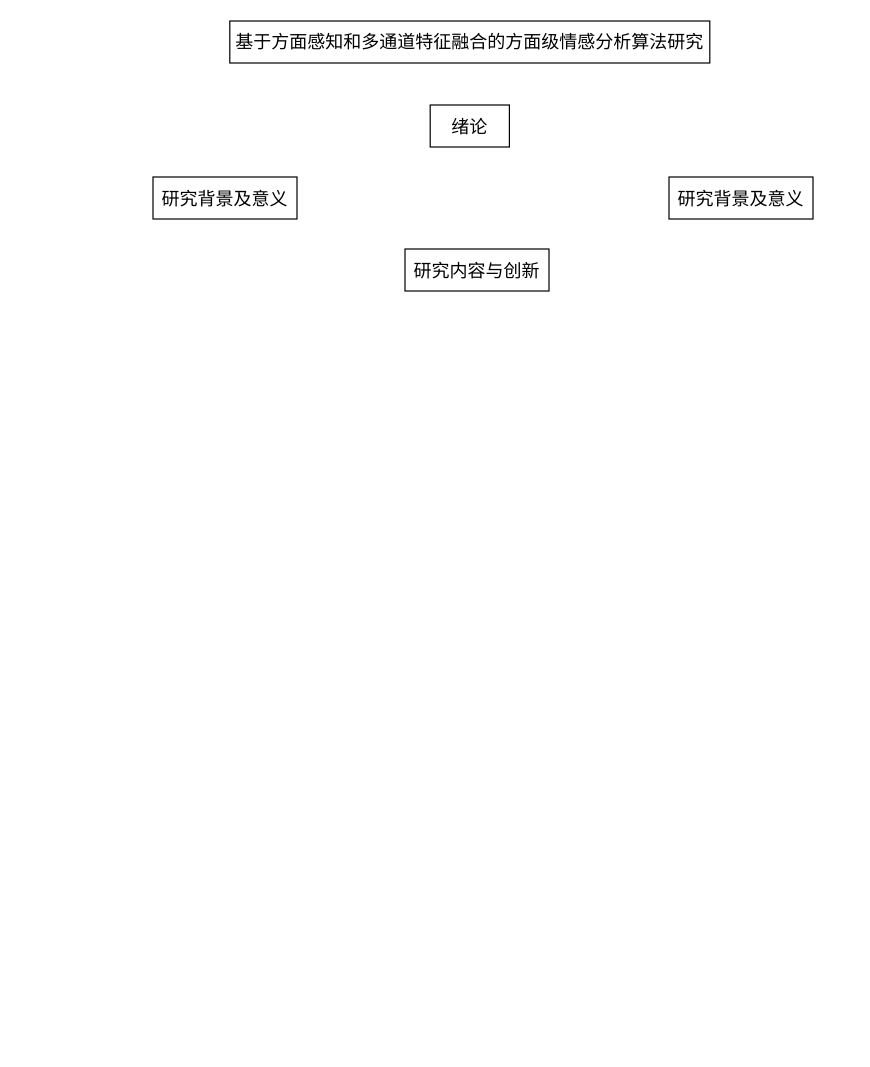
zhaicao/images keeps this draw.io diagram as machine-learning/organizationStructure.drawio. Above is the earlier version. Source tidied: cells renumbered, new cells numbered last; positions are measured from the earlier drawing's top-left corner, leaving out a move shared by most shapes. Both pictures are drawn from the tidied source at 120%, with x=0, y=0 at pixel (152, 20).
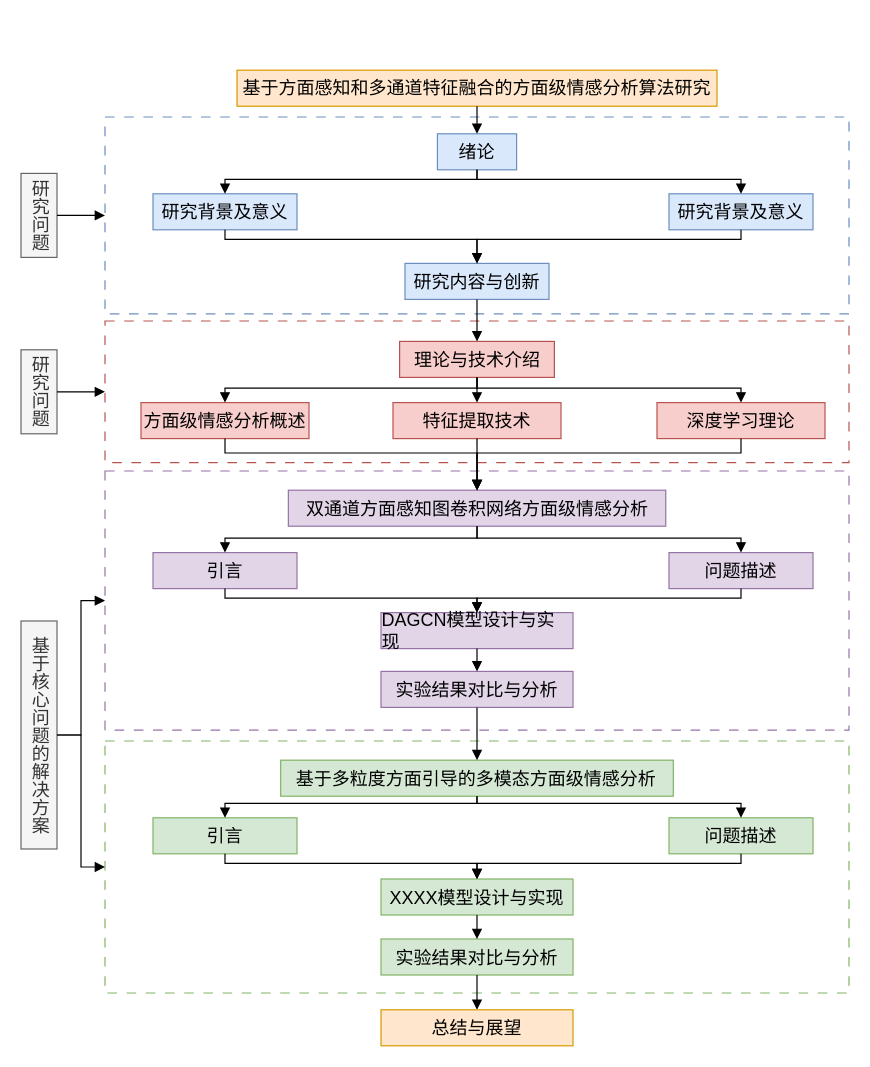
After the change.

What changed in the source:
```diff
@@
+    <mxCell id="7" style="rounded=0;whiteSpace=wrap;html=1;dashed=1;dashPattern=8 8;fillColor=#FFFFFF;strokeColor=#6c8ebf;" parent="1" vertex="1">
+      <mxGeometry x="-40" y="80" width="620" height="164" as="geometry" />
+    </mxCell>
-    <mxCell id="2" value="&lt;font&gt;&lt;font style=&quot;text-align: left;&quot;&gt;&lt;span style=&quot;line-height: 22.5px; font-family: 黑体;&quot;&gt;基于方面感知和多通道特征融合的&lt;/span&gt;&lt;/font&gt;&lt;span style=&quot;color: light-dark(rgb(0, 0, 0), rgb(255, 255, 255)); text-align: left; background-color: transparent; font-family: 黑体;&quot;&gt;方面级情感分析算法研究&lt;/span&gt;&lt;/font&gt;" style="rounded=0;whiteSpace=wrap;html=1;fontSize=15;" parent="1" vertex="1">
-      <mxGeometry x="64" width="400" height="35" as="geometry" />
+    <mxCell id="2" value="&lt;font&gt;&lt;font style=&quot;text-align: left;&quot;&gt;&lt;span style=&quot;line-height: 22.5px; font-family: 黑体;&quot;&gt;基于方面感知和多通道特征融合的&lt;/span&gt;&lt;/font&gt;&lt;span style=&quot;color: light-dark(rgb(0, 0, 0), rgb(255, 255, 255)); text-align: left; background-color: transparent; font-family: 黑体;&quot;&gt;方面级情感分析算法研究&lt;/span&gt;&lt;/font&gt;" style="rounded=0;whiteSpace=wrap;html=1;fontSize=15;fillColor=#ffe6cc;strokeColor=#d79b00;" parent="1" vertex="1">
+      <mxGeometry x="70" y="41" width="400" height="30" as="geometry" />
     </mxCell>
-    <mxCell id="3" value="&lt;div style=&quot;text-align: left;&quot;&gt;&lt;span style=&quot;background-color: transparent; color: light-dark(rgb(0, 0, 0), rgb(255, 255, 255));&quot;&gt;&lt;font face=&quot;黑体&quot;&gt;绪论&lt;/font&gt;&lt;/span&gt;&lt;/div&gt;" style="rounded=0;whiteSpace=wrap;html=1;fontSize=15;" parent="1" vertex="1">
-      <mxGeometry x="231" y="70" width="66" height="35" as="geometry" />
+    <mxCell id="3" value="&lt;div style=&quot;text-align: left;&quot;&gt;&lt;span style=&quot;background-color: transparent; color: light-dark(rgb(0, 0, 0), rgb(255, 255, 255));&quot;&gt;&lt;font face=&quot;黑体&quot;&gt;绪论&lt;/font&gt;&lt;/span&gt;&lt;/div&gt;" style="rounded=0;whiteSpace=wrap;html=1;fontSize=15;fillColor=#dae8fc;strokeColor=#6c8ebf;" parent="1" vertex="1">
+      <mxGeometry x="237" y="94" width="66" height="30" as="geometry" />
     </mxCell>
-    <mxCell id="4" value="&lt;div style=&quot;text-align: left;&quot;&gt;&lt;span style=&quot;background-color: transparent; color: light-dark(rgb(0, 0, 0), rgb(255, 255, 255));&quot;&gt;&lt;font face=&quot;黑体&quot;&gt;研究背景及意义&lt;/font&gt;&lt;/span&gt;&lt;/div&gt;" style="rounded=0;whiteSpace=wrap;html=1;fontSize=15;" parent="1" vertex="1">
-      <mxGeometry y="130" width="120" height="35" as="geometry" />
+    <mxCell id="4" value="&lt;div style=&quot;text-align: left;&quot;&gt;&lt;span style=&quot;background-color: transparent; color: light-dark(rgb(0, 0, 0), rgb(255, 255, 255));&quot;&gt;&lt;font face=&quot;黑体&quot;&gt;研究背景及意义&lt;/font&gt;&lt;/span&gt;&lt;/div&gt;" style="rounded=0;whiteSpace=wrap;html=1;fontSize=15;fillColor=#dae8fc;strokeColor=#6c8ebf;" parent="1" vertex="1">
+      <mxGeometry y="144" width="120" height="30" as="geometry" />
     </mxCell>
-    <mxCell id="5" value="&lt;div style=&quot;text-align: left;&quot;&gt;&lt;span style=&quot;background-color: transparent; color: light-dark(rgb(0, 0, 0), rgb(255, 255, 255));&quot;&gt;&lt;font face=&quot;黑体&quot;&gt;研究背景及意义&lt;/font&gt;&lt;/span&gt;&lt;/div&gt;" style="rounded=0;whiteSpace=wrap;html=1;fontSize=15;" parent="1" vertex="1">
-      <mxGeometry x="430" y="130" width="120" height="35" as="geometry" />
+    <mxCell id="5" value="&lt;div style=&quot;text-align: left;&quot;&gt;&lt;span style=&quot;background-color: transparent; color: light-dark(rgb(0, 0, 0), rgb(255, 255, 255));&quot;&gt;&lt;font face=&quot;黑体&quot;&gt;研究背景及意义&lt;/font&gt;&lt;/span&gt;&lt;/div&gt;" style="rounded=0;whiteSpace=wrap;html=1;fontSize=15;fillColor=#dae8fc;strokeColor=#6c8ebf;" parent="1" vertex="1">
+      <mxGeometry x="430" y="144" width="120" height="30" as="geometry" />
     </mxCell>
-    <mxCell id="6" value="&lt;div style=&quot;text-align: left;&quot;&gt;&lt;span style=&quot;background-color: transparent; color: light-dark(rgb(0, 0, 0), rgb(255, 255, 255));&quot;&gt;&lt;font face=&quot;黑体&quot;&gt;研究内容与创新&lt;/font&gt;&lt;/span&gt;&lt;/div&gt;" style="rounded=0;whiteSpace=wrap;html=1;fontSize=15;" parent="1" vertex="1">
-      <mxGeometry x="210" y="190" width="120" height="35" as="geometry" />
+    <mxCell id="6" value="&lt;div style=&quot;text-align: left;&quot;&gt;&lt;span style=&quot;background-color: transparent; color: light-dark(rgb(0, 0, 0), rgb(255, 255, 255));&quot;&gt;&lt;font face=&quot;黑体&quot;&gt;研究内容与创新&lt;/font&gt;&lt;/span&gt;&lt;/div&gt;" style="rounded=0;whiteSpace=wrap;html=1;fontSize=15;fillColor=#dae8fc;strokeColor=#6c8ebf;" parent="1" vertex="1">
+      <mxGeometry x="210" y="202" width="120" height="30" as="geometry" />
     </mxCell>
+    <mxCell id="8" style="rounded=0;whiteSpace=wrap;html=1;dashed=1;dashPattern=8 8;fillColor=#FFFFFF;strokeColor=#b85450;" parent="1" vertex="1">
+      <mxGeometry x="-40" y="250" width="620" height="118" as="geometry" />
+    </mxCell>
+    <mxCell id="9" value="&lt;div style=&quot;text-align: left;&quot;&gt;&lt;span style=&quot;background-color: transparent; color: light-dark(rgb(0, 0, 0), rgb(255, 255, 255));&quot;&gt;&lt;font face=&quot;黑体&quot;&gt;理论与技术介绍&lt;/font&gt;&lt;/span&gt;&lt;/div&gt;" style="rounded=0;whiteSpace=wrap;html=1;fontSize=15;fillColor=#f8cecc;strokeColor=#b85450;" parent="1" vertex="1">
+      <mxGeometry x="205.5" y="267" width="129" height="30" as="geometry" />
+    </mxCell>
+    <mxCell id="10" value="&lt;div style=&quot;text-align: left;&quot;&gt;&lt;span style=&quot;background-color: transparent; color: light-dark(rgb(0, 0, 0), rgb(255, 255, 255));&quot;&gt;&lt;font face=&quot;黑体&quot;&gt;方面级情感分析概述&lt;/font&gt;&lt;/span&gt;&lt;/div&gt;" style="rounded=0;whiteSpace=wrap;html=1;fontSize=15;fillColor=#f8cecc;strokeColor=#b85450;" parent="1" vertex="1">
+      <mxGeometry x="-10" y="318" width="140" height="30" as="geometry" />
+    </mxCell>
+    <mxCell id="11" value="&lt;div style=&quot;text-align: left;&quot;&gt;&lt;span style=&quot;background-color: transparent; color: light-dark(rgb(0, 0, 0), rgb(255, 255, 255));&quot;&gt;&lt;font face=&quot;黑体&quot;&gt;深度学习理论&lt;/font&gt;&lt;/span&gt;&lt;/div&gt;" style="rounded=0;whiteSpace=wrap;html=1;fontSize=15;fillColor=#f8cecc;strokeColor=#b85450;" parent="1" vertex="1">
+      <mxGeometry x="420" y="318" width="140" height="30" as="geometry" />
+    </mxCell>
+    <mxCell id="12" value="&lt;div style=&quot;text-align: left;&quot;&gt;&lt;span style=&quot;background-color: transparent; color: light-dark(rgb(0, 0, 0), rgb(255, 255, 255));&quot;&gt;&lt;font face=&quot;黑体&quot;&gt;特征提取技术&lt;/font&gt;&lt;/span&gt;&lt;/div&gt;" style="rounded=0;whiteSpace=wrap;html=1;fontSize=15;fillColor=#f8cecc;strokeColor=#b85450;" parent="1" vertex="1">
+      <mxGeometry x="200" y="318" width="140" height="30" as="geometry" />
+    </mxCell>
+    <mxCell id="13" style="rounded=0;whiteSpace=wrap;html=1;dashed=1;dashPattern=8 8;fillColor=#FFFFFF;strokeColor=#9673a6;" parent="1" vertex="1">
+      <mxGeometry x="-40" y="375" width="620" height="216" as="geometry" />
+    </mxCell>
+    <mxCell id="14" value="&lt;div style=&quot;text-align: left;&quot;&gt;&lt;span style=&quot;background-color: transparent; color: light-dark(rgb(0, 0, 0), rgb(255, 255, 255));&quot;&gt;&lt;font face=&quot;黑体&quot;&gt;双通道方面感知图卷积网络方面级情感分析&lt;/font&gt;&lt;/span&gt;&lt;/div&gt;" style="rounded=0;whiteSpace=wrap;html=1;fontSize=15;fillColor=#e1d5e7;strokeColor=#9673a6;" parent="1" vertex="1">
+      <mxGeometry x="112.8" y="391" width="314.5" height="30" as="geometry" />
+    </mxCell>
+    <mxCell id="15" value="&lt;div style=&quot;text-align: left;&quot;&gt;&lt;span style=&quot;background-color: transparent; color: light-dark(rgb(0, 0, 0), rgb(255, 255, 255));&quot;&gt;&lt;font face=&quot;黑体&quot;&gt;引言&lt;/font&gt;&lt;/span&gt;&lt;/div&gt;" style="rounded=0;whiteSpace=wrap;html=1;fontSize=15;fillColor=#e1d5e7;strokeColor=#9673a6;" parent="1" vertex="1">
+      <mxGeometry y="443" width="120" height="30" as="geometry" />
+    </mxCell>
+    <mxCell id="16" value="&lt;div style=&quot;text-align: left;&quot;&gt;&lt;span style=&quot;background-color: transparent; color: light-dark(rgb(0, 0, 0), rgb(255, 255, 255));&quot;&gt;&lt;font face=&quot;黑体&quot;&gt;DAGCN模型设计与实现&lt;/font&gt;&lt;/span&gt;&lt;/div&gt;" style="rounded=0;whiteSpace=wrap;html=1;fontSize=15;fillColor=#e1d5e7;strokeColor=#9673a6;" parent="1" vertex="1">
+      <mxGeometry x="190" y="493" width="160" height="30" as="geometry" />
+    </mxCell>
+    <mxCell id="17" value="&lt;div style=&quot;text-align: left;&quot;&gt;&lt;span style=&quot;background-color: transparent; color: light-dark(rgb(0, 0, 0), rgb(255, 255, 255));&quot;&gt;&lt;font face=&quot;黑体&quot;&gt;问题描述&lt;/font&gt;&lt;/span&gt;&lt;/div&gt;" style="rounded=0;whiteSpace=wrap;html=1;fontSize=15;fillColor=#e1d5e7;strokeColor=#9673a6;" parent="1" vertex="1">
+      <mxGeometry x="430" y="443" width="120" height="30" as="geometry" />
+    </mxCell>
+    <mxCell id="18" value="&lt;div style=&quot;text-align: left;&quot;&gt;&lt;font face=&quot;黑体&quot;&gt;实验结果对比与分析&lt;/font&gt;&lt;/div&gt;" style="rounded=0;whiteSpace=wrap;html=1;fontSize=15;fillColor=#e1d5e7;strokeColor=#9673a6;" parent="1" vertex="1">
+      <mxGeometry x="190" y="542" width="160" height="30" as="geometry" />
+    </mxCell>
+    <mxCell id="19" style="rounded=0;whiteSpace=wrap;html=1;dashed=1;dashPattern=8 8;fillColor=#FFFFFF;strokeColor=#82b366;" parent="1" vertex="1">
+      <mxGeometry x="-40" y="600" width="620" height="210" as="geometry" />
+    </mxCell>
+    <mxCell id="20" value="&lt;div style=&quot;text-align: left;&quot;&gt;&lt;span style=&quot;background-color: transparent; color: light-dark(rgb(0, 0, 0), rgb(255, 255, 255));&quot;&gt;&lt;font face=&quot;黑体&quot;&gt;基于多粒度方面引导的多模态方面级情感分析&lt;/font&gt;&lt;/span&gt;&lt;/div&gt;" style="rounded=0;whiteSpace=wrap;html=1;fontSize=15;fillColor=#d5e8d4;strokeColor=#82b366;" parent="1" vertex="1">
+      <mxGeometry x="106.4" y="616" width="327.2" height="30" as="geometry" />
+    </mxCell>
+    <mxCell id="21" value="&lt;div style=&quot;text-align: left;&quot;&gt;&lt;span style=&quot;background-color: transparent; color: light-dark(rgb(0, 0, 0), rgb(255, 255, 255));&quot;&gt;&lt;font face=&quot;黑体&quot;&gt;引言&lt;/font&gt;&lt;/span&gt;&lt;/div&gt;" style="rounded=0;whiteSpace=wrap;html=1;fontSize=15;fillColor=#d5e8d4;strokeColor=#82b366;" parent="1" vertex="1">
+      <mxGeometry y="664" width="120" height="30" as="geometry" />
+    </mxCell>
+    <mxCell id="22" value="&lt;div style=&quot;text-align: left;&quot;&gt;&lt;span style=&quot;background-color: transparent; color: light-dark(rgb(0, 0, 0), rgb(255, 255, 255));&quot;&gt;&lt;font face=&quot;黑体&quot;&gt;XXXX模型设计与实现&lt;/font&gt;&lt;/span&gt;&lt;/div&gt;" style="rounded=0;whiteSpace=wrap;html=1;fontSize=15;fillColor=#d5e8d4;strokeColor=#82b366;" parent="1" vertex="1">
+      <mxGeometry x="190" y="715" width="160" height="30" as="geometry" />
+    </mxCell>
+    <mxCell id="23" value="&lt;div style=&quot;text-align: left;&quot;&gt;&lt;span style=&quot;background-color: transparent; color: light-dark(rgb(0, 0, 0), rgb(255, 255, 255));&quot;&gt;&lt;font face=&quot;黑体&quot;&gt;问题描述&lt;/font&gt;&lt;/span&gt;&lt;/div&gt;" style="rounded=0;whiteSpace=wrap;html=1;fontSize=15;fillColor=#d5e8d4;strokeColor=#82b366;" parent="1" vertex="1">
+      <mxGeometry x="430" y="664" width="120" height="30" as="geometry" />
+    </mxCell>
+    <mxCell id="24" value="&lt;div style=&quot;text-align: left;&quot;&gt;&lt;font face=&quot;黑体&quot;&gt;实验结果对比与分析&lt;/font&gt;&lt;/div&gt;" style="rounded=0;whiteSpace=wrap;html=1;fontSize=15;fillColor=#d5e8d4;strokeColor=#82b366;" parent="1" vertex="1">
+      <mxGeometry x="190" y="765" width="160" height="30" as="geometry" />
+    </mxCell>
+    <mxCell id="25" value="研究问题" style="rounded=0;whiteSpace=wrap;html=1;textDirection=vertical-rl;fontSize=15;fillColor=#f5f5f5;fontColor=#333333;strokeColor=#666666;" parent="1" vertex="1">
+      <mxGeometry x="-110" y="127" width="30" height="70" as="geometry" />
+    </mxCell>
+    <mxCell id="26" value="研究问题" style="rounded=0;whiteSpace=wrap;html=1;textDirection=vertical-rl;fontSize=15;fillColor=#f5f5f5;fontColor=#333333;strokeColor=#666666;" parent="1" vertex="1">
+      <mxGeometry x="-110" y="274" width="30" height="70" as="geometry" />
+    </mxCell>
+    <mxCell id="27" value="基于核心问题的解决方案" style="rounded=0;whiteSpace=wrap;html=1;textDirection=vertical-rl;fontSize=15;fillColor=#f5f5f5;fontColor=#333333;strokeColor=#666666;" parent="1" vertex="1">
+      <mxGeometry x="-110" y="500" width="30" height="190" as="geometry" />
+    </mxCell>
+    <mxCell id="28" style="endArrow=block;html=1;rounded=0;exitX=1;exitY=0.5;exitDx=0;exitDy=0;entryX=0;entryY=0.5;entryDx=0;entryDy=0;endFill=1;" parent="1" edge="1" source="25" target="7">
+      <mxGeometry relative="1" as="geometry" />
+    </mxCell>
+    <mxCell id="29" style="endArrow=block;html=1;rounded=0;exitX=1;exitY=0.5;exitDx=0;exitDy=0;entryX=0;entryY=0.5;entryDx=0;entryDy=0;endFill=1;" parent="1" edge="1" source="26" target="8">
+      <mxGeometry relative="1" as="geometry" />
+    </mxCell>
+    <mxCell id="30" style="endArrow=block;html=1;rounded=0;exitX=1;exitY=0.5;exitDx=0;exitDy=0;entryX=0;entryY=0.5;entryDx=0;entryDy=0;endFill=1;" parent="1" edge="1" source="27" target="13">
+      <mxGeometry relative="1" as="geometry">
+        <Array as="points">
+          <mxPoint x="-60" y="595" />
+          <mxPoint x="-60" y="483" />
+        </Array>
+      </mxGeometry>
+    </mxCell>
+    <mxCell id="31" style="endArrow=block;html=1;rounded=0;exitX=1;exitY=0.5;exitDx=0;exitDy=0;endFill=1;entryX=0;entryY=0.5;entryDx=0;entryDy=0;" parent="1" edge="1" source="27" target="19">
+      <mxGeometry relative="1" as="geometry">
+        <Array as="points">
+          <mxPoint x="-60" y="595" />
+          <mxPoint x="-60" y="705" />
+        </Array>
+      </mxGeometry>
+    </mxCell>
+    <mxCell id="32" style="endArrow=block;html=1;rounded=0;endFill=1;exitX=0.5;exitY=1;exitDx=0;exitDy=0;fillColor=#dae8fc;strokeColor=#000000;" parent="1" edge="1" source="2">
+      <mxGeometry relative="1" as="geometry">
+        <mxPoint x="270" y="94" as="targetPoint" />
+      </mxGeometry>
+    </mxCell>
+    <mxCell id="33" style="endArrow=block;html=1;rounded=0;endFill=1;entryX=0.5;entryY=0;entryDx=0;entryDy=0;exitX=0.5;exitY=1;exitDx=0;exitDy=0;fillColor=#dae8fc;strokeColor=#000000;" parent="1" edge="1" source="3" target="4">
+      <mxGeometry relative="1" as="geometry">
+        <Array as="points">
+          <mxPoint x="270" y="132" />
+          <mxPoint x="60" y="132" />
+        </Array>
+      </mxGeometry>
+    </mxCell>
+    <mxCell id="34" style="endArrow=block;html=1;rounded=0;endFill=1;entryX=0.5;entryY=0;entryDx=0;entryDy=0;exitX=0.5;exitY=1;exitDx=0;exitDy=0;fillColor=#dae8fc;strokeColor=#000000;" parent="1" edge="1" source="3" target="5">
+      <mxGeometry relative="1" as="geometry">
+        <Array as="points">
+          <mxPoint x="270" y="132" />
+          <mxPoint x="490" y="132" />
+        </Array>
+      </mxGeometry>
+    </mxCell>
+    <mxCell id="35" style="endArrow=block;html=1;rounded=0;endFill=1;entryX=0.5;entryY=0;entryDx=0;entryDy=0;exitX=0.5;exitY=1;exitDx=0;exitDy=0;fillColor=#dae8fc;strokeColor=#000000;" parent="1" edge="1" source="4" target="6">
+      <mxGeometry relative="1" as="geometry">
+        <Array as="points">
+          <mxPoint x="60" y="182" />
+          <mxPoint x="270" y="182" />
+        </Array>
+      </mxGeometry>
+    </mxCell>
+    <mxCell id="36" style="endArrow=block;html=1;rounded=0;endFill=1;entryX=0.5;entryY=0;entryDx=0;entryDy=0;exitX=0.5;exitY=1;exitDx=0;exitDy=0;fillColor=#dae8fc;strokeColor=#000000;" parent="1" edge="1" source="5" target="6">
+      <mxGeometry relative="1" as="geometry">
+        <Array as="points">
+          <mxPoint x="490" y="182" />
+          <mxPoint x="270" y="182" />
+        </Array>
+      </mxGeometry>
+    </mxCell>
+    <mxCell id="37" style="endArrow=block;html=1;rounded=0;endFill=1;entryX=0.5;entryY=0;entryDx=0;entryDy=0;exitX=0.5;exitY=1;exitDx=0;exitDy=0;fillColor=#f8cecc;strokeColor=#000000;" parent="1" edge="1" source="6" target="9">
+      <mxGeometry relative="1" as="geometry" />
+    </mxCell>
+    <mxCell id="38" style="endArrow=block;html=1;rounded=0;endFill=1;entryX=0.5;entryY=0;entryDx=0;entryDy=0;exitX=0.5;exitY=1;exitDx=0;exitDy=0;fillColor=#f8cecc;strokeColor=#000000;" parent="1" edge="1" source="9" target="10">
+      <mxGeometry relative="1" as="geometry">
+        <Array as="points">
+          <mxPoint x="270" y="306" />
+          <mxPoint x="60" y="306" />
+        </Array>
+      </mxGeometry>
+    </mxCell>
+    <mxCell id="39" style="endArrow=block;html=1;rounded=0;endFill=1;entryX=0.5;entryY=0;entryDx=0;entryDy=0;exitX=0.5;exitY=1;exitDx=0;exitDy=0;fillColor=#f8cecc;strokeColor=#000000;" parent="1" edge="1" source="9" target="11">
+      <mxGeometry relative="1" as="geometry">
+        <Array as="points">
+          <mxPoint x="270" y="306" />
+          <mxPoint x="490" y="306" />
+        </Array>
+      </mxGeometry>
+    </mxCell>
+    <mxCell id="40" style="endArrow=block;html=1;rounded=0;endFill=1;entryX=0.5;entryY=0;entryDx=0;entryDy=0;exitX=0.5;exitY=1;exitDx=0;exitDy=0;fillColor=#f8cecc;strokeColor=#000000;" parent="1" edge="1" source="9" target="12">
+      <mxGeometry relative="1" as="geometry" />
+    </mxCell>
+    <mxCell id="41" style="endArrow=block;html=1;rounded=0;endFill=1;entryX=0.5;entryY=0;entryDx=0;entryDy=0;exitX=0.5;exitY=1;exitDx=0;exitDy=0;fillColor=#f8cecc;strokeColor=#000000;" parent="1" edge="1" source="12" target="14">
+      <mxGeometry relative="1" as="geometry" />
+    </mxCell>
+    <mxCell id="42" style="endArrow=block;html=1;rounded=0;endFill=1;entryX=0.5;entryY=0;entryDx=0;entryDy=0;exitX=0.5;exitY=1;exitDx=0;exitDy=0;" parent="1" edge="1" source="14" target="17">
+      <mxGeometry relative="1" as="geometry">
+        <Array as="points">
+          <mxPoint x="270" y="431" />
+          <mxPoint x="490" y="431" />
+        </Array>
+      </mxGeometry>
+    </mxCell>
+    <mxCell id="43" style="endArrow=block;html=1;rounded=0;endFill=1;entryX=0.5;entryY=0;entryDx=0;entryDy=0;exitX=0.5;exitY=1;exitDx=0;exitDy=0;" parent="1" edge="1" source="14" target="15">
+      <mxGeometry relative="1" as="geometry">
+        <Array as="points">
+          <mxPoint x="270" y="431" />
+          <mxPoint x="60" y="431" />
+        </Array>
+      </mxGeometry>
+    </mxCell>
+    <mxCell id="44" style="endArrow=block;html=1;rounded=0;endFill=1;entryX=0.5;entryY=0;entryDx=0;entryDy=0;exitX=0.5;exitY=1;exitDx=0;exitDy=0;" parent="1" edge="1" source="15" target="16">
+      <mxGeometry relative="1" as="geometry">
+        <Array as="points">
+          <mxPoint x="60" y="481" />
+          <mxPoint x="270" y="481" />
+        </Array>
+      </mxGeometry>
+    </mxCell>
+    <mxCell id="45" style="endArrow=block;html=1;rounded=0;endFill=1;exitX=0.5;exitY=1;exitDx=0;exitDy=0;entryX=0.5;entryY=0;entryDx=0;entryDy=0;" parent="1" edge="1" source="17" target="16">
+      <mxGeometry relative="1" as="geometry">
+        <Array as="points">
+          <mxPoint x="490" y="481" />
+          <mxPoint x="270" y="481" />
+        </Array>
+      </mxGeometry>
+    </mxCell>
+    <mxCell id="46" style="endArrow=block;html=1;rounded=0;endFill=1;exitX=0.5;exitY=1;exitDx=0;exitDy=0;entryX=0.5;entryY=0;entryDx=0;entryDy=0;" parent="1" edge="1" source="16" target="18">
+      <mxGeometry relative="1" as="geometry" />
+    </mxCell>
+    <mxCell id="47" style="endArrow=block;html=1;rounded=0;endFill=1;exitX=0.5;exitY=1;exitDx=0;exitDy=0;entryX=0.5;entryY=0;entryDx=0;entryDy=0;" parent="1" edge="1" source="18" target="20">
+      <mxGeometry relative="1" as="geometry" />
+    </mxCell>
+    <mxCell id="48" style="endArrow=block;html=1;rounded=0;endFill=1;exitX=0.5;exitY=1;exitDx=0;exitDy=0;entryX=0.5;entryY=0;entryDx=0;entryDy=0;" parent="1" edge="1" source="20" target="21">
+      <mxGeometry relative="1" as="geometry">
+        <Array as="points">
+          <mxPoint x="270" y="652" />
+          <mxPoint x="60" y="652" />
+        </Array>
+      </mxGeometry>
+    </mxCell>
+    <mxCell id="49" style="endArrow=block;html=1;rounded=0;endFill=1;exitX=0.5;exitY=1;exitDx=0;exitDy=0;entryX=0.5;entryY=0;entryDx=0;entryDy=0;" parent="1" edge="1" source="20" target="23">
+      <mxGeometry relative="1" as="geometry">
+        <Array as="points">
+          <mxPoint x="270" y="652" />
+          <mxPoint x="490" y="652" />
+        </Array>
+      </mxGeometry>
+    </mxCell>
+    <mxCell id="50" style="endArrow=block;html=1;rounded=0;endFill=1;exitX=0.5;exitY=1;exitDx=0;exitDy=0;entryX=0.5;entryY=0;entryDx=0;entryDy=0;" parent="1" edge="1" source="21" target="22">
+      <mxGeometry relative="1" as="geometry">
+        <Array as="points">
+          <mxPoint x="60" y="702" />
+          <mxPoint x="270" y="702" />
+        </Array>
+      </mxGeometry>
+    </mxCell>
+    <mxCell id="51" style="endArrow=block;html=1;rounded=0;endFill=1;exitX=0.5;exitY=1;exitDx=0;exitDy=0;entryX=0.5;entryY=0;entryDx=0;entryDy=0;" parent="1" edge="1" source="23" target="22">
+      <mxGeometry relative="1" as="geometry">
+        <Array as="points">
+          <mxPoint x="490" y="702" />
+          <mxPoint x="270" y="702" />
+        </Array>
+      </mxGeometry>
+    </mxCell>
+    <mxCell id="52" style="endArrow=block;html=1;rounded=0;endFill=1;exitX=0.5;exitY=1;exitDx=0;exitDy=0;entryX=0.5;entryY=0;entryDx=0;entryDy=0;" parent="1" edge="1" source="22" target="24">
+      <mxGeometry relative="1" as="geometry" />
+    </mxCell>
+    <mxCell id="53" style="endArrow=block;html=1;rounded=0;endFill=1;exitX=0.5;exitY=1;exitDx=0;exitDy=0;entryX=0.5;entryY=0;entryDx=0;entryDy=0;" parent="1" edge="1" source="24" target="54">
+      <mxGeometry relative="1" as="geometry" />
+    </mxCell>
+    <mxCell id="54" value="&lt;div style=&quot;text-align: left;&quot;&gt;&lt;font face=&quot;黑体&quot;&gt;总结与展望&lt;/font&gt;&lt;/div&gt;" style="rounded=0;whiteSpace=wrap;html=1;fontSize=15;fillColor=#ffe6cc;strokeColor=#d79b00;" parent="1" vertex="1">
+      <mxGeometry x="190" y="824" width="160" height="30" as="geometry" />
+    </mxCell>
+    <mxCell id="55" style="endArrow=block;html=1;rounded=0;endFill=1;entryX=0.5;entryY=0;entryDx=0;entryDy=0;exitX=0.5;exitY=1;exitDx=0;exitDy=0;fillColor=#f8cecc;strokeColor=#000000;" parent="1" edge="1" source="10" target="14">
+      <mxGeometry relative="1" as="geometry">
+        <Array as="points">
+          <mxPoint x="60" y="360" />
+          <mxPoint x="270" y="360" />
+        </Array>
+      </mxGeometry>
+    </mxCell>
+    <mxCell id="56" style="endArrow=block;html=1;rounded=0;endFill=1;entryX=0.5;entryY=0;entryDx=0;entryDy=0;exitX=0.5;exitY=1;exitDx=0;exitDy=0;fillColor=#f8cecc;strokeColor=#000000;" parent="1" edge="1" source="11" target="14">
+      <mxGeometry relative="1" as="geometry">
+        <Array as="points">
+          <mxPoint x="490" y="360" />
+          <mxPoint x="270" y="360" />
+        </Array>
+      </mxGeometry>
+    </mxCell>
```
